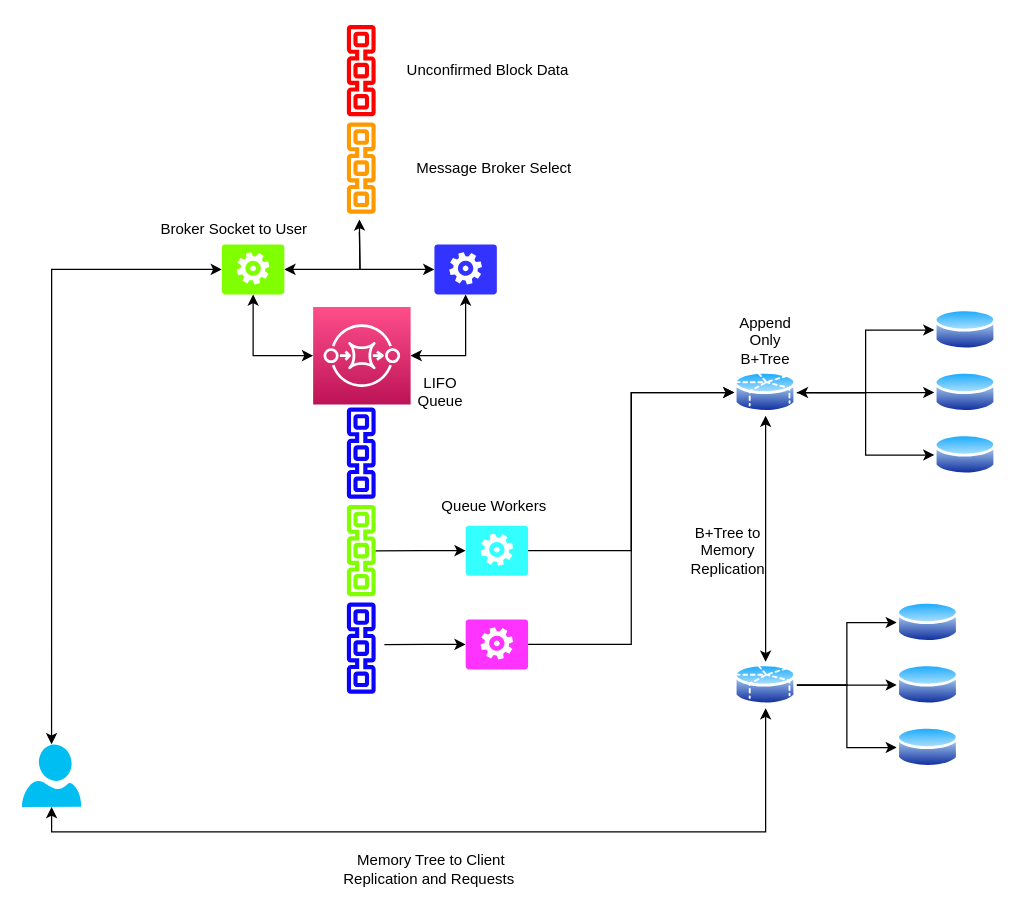
Above: Untitled Diagram.drawio in algodex/algodex-architecture (draw.io), before the change. Source tidied: cells renumbered, new cells numbered last; positions are measured from the earlier drawing's top-left corner, leaving out a move shared by most shapes. Both pictures are drawn from the tidied source at 125%, with x=0, y=0 at pixel (21, 21).
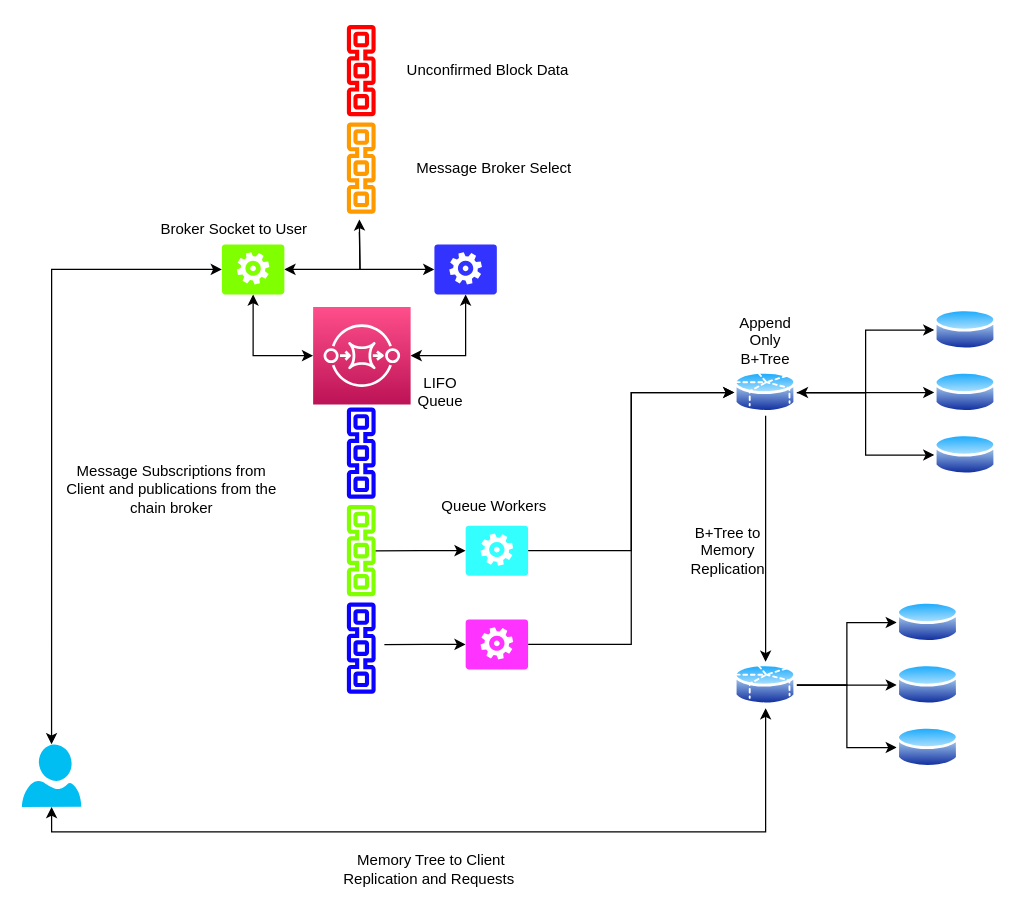
The same diagram, later.

Commit message:
Dream setup

Unchanged cells that the change refers to:
```xml
<mxCell id="6" style="perimeter=ellipsePerimeter;html=1;align=center;shadow=0;dashed=0;spacingTop=3;image;image=img/lib/active_directory/database_partition_5.svg;" parent="1" vertex="1">
  <mxGeometry x="570" y="278" width="50" height="37" as="geometry" />
</mxCell>
<mxCell id="23" style="perimeter=ellipsePerimeter;html=1;align=center;shadow=0;dashed=0;spacingTop=3;image;image=img/lib/active_directory/database_partition_5.svg;" parent="1" vertex="1">
  <mxGeometry x="570" y="512" width="50" height="37" as="geometry" />
</mxCell>
```

Diff of the diagram source:
```diff
@@
-    <mxCell id="5" style="edgeStyle=orthogonalEdgeStyle;rounded=0;jettySize=auto;html=1;exitX=0.5;exitY=1;exitDx=0;exitDy=0;entryX=0.5;entryY=0;entryDx=0;entryDy=0;startArrow=classic;startFill=1;endArrow=classic;endFill=1;" parent="1" edge="1" source="6" target="23">
+    <mxCell id="5" style="edgeStyle=orthogonalEdgeStyle;rounded=0;jettySize=auto;html=1;exitX=0.5;exitY=1;exitDx=0;exitDy=0;entryX=0.5;entryY=0;entryDx=0;entryDy=0;startArrow=none;startFill=0;endArrow=classic;endFill=1;" parent="1" edge="1" source="6" target="23">
       <mxGeometry relative="1" as="geometry" />
     </mxCell>
@@
+    <mxCell id="46" value="Message Subscriptions from Client and publications from the chain broker" style="text;html=1;strokeColor=none;fillColor=none;align=center;verticalAlign=middle;whiteSpace=wrap;rounded=0;" parent="1" vertex="1">
+      <mxGeometry x="30" y="364" width="180" height="20" as="geometry" />
+    </mxCell>
```
